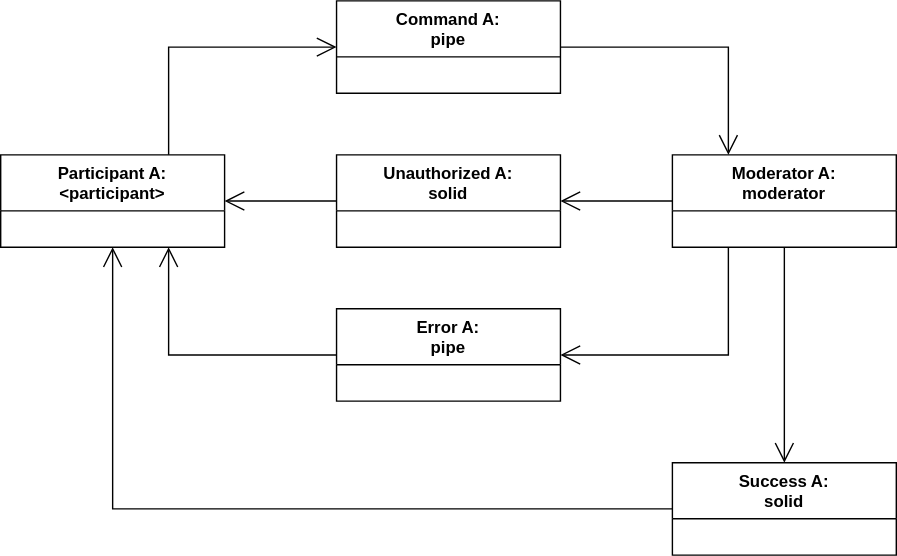
Before: doc/control_interface.svg, a diagram exported from draw.io (vitalii-samoilenko/ai-chat-bot). Source tidied: cells renumbered, new cells last; positions are measured from the earlier drawing's top-left corner, leaving out a move shared by most shapes.
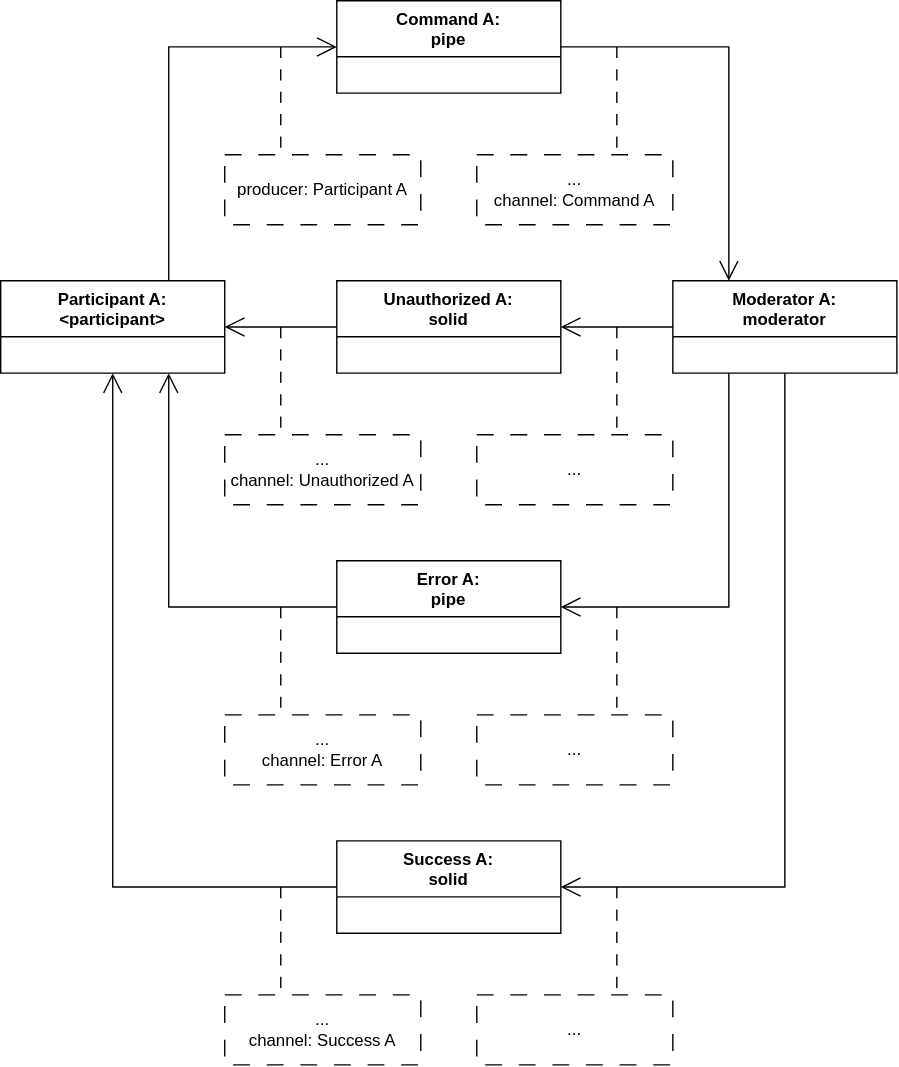
Later version of the same file.

The edit, as a diff of the source:
```diff
@@ -3,19 +3,19 @@
     <mxCell id="0" />
     <mxCell id="1" parent="0" />
     <mxCell id="2" value="Moderator A:&lt;div&gt;moderator&lt;/div&gt;" style="swimlane;fontStyle=1;align=center;verticalAlign=top;horizontal=1;startSize=40;whiteSpace=wrap;html=1;" parent="1" vertex="1">
-      <mxGeometry x="480" y="110" width="160" height="66" as="geometry" />
+      <mxGeometry x="480" y="200" width="160" height="66" as="geometry" />
     </mxCell>
     <mxCell id="3" value="Command A:&lt;div&gt;pipe&lt;/div&gt;" style="swimlane;fontStyle=1;align=center;verticalAlign=top;horizontal=1;startSize=40;whiteSpace=wrap;html=1;" parent="1" vertex="1">
       <mxGeometry x="240" width="160" height="66" as="geometry" />
     </mxCell>
     <mxCell id="4" value="Unauthorized A:&lt;div&gt;solid&lt;/div&gt;" style="swimlane;fontStyle=1;align=center;verticalAlign=top;horizontal=1;startSize=40;whiteSpace=wrap;html=1;" parent="1" vertex="1">
-      <mxGeometry x="240" y="110" width="160" height="66" as="geometry" />
+      <mxGeometry x="240" y="200" width="160" height="66" as="geometry" />
     </mxCell>
     <mxCell id="5" value="Success A:&lt;div&gt;solid&lt;/div&gt;" style="swimlane;fontStyle=1;align=center;verticalAlign=top;horizontal=1;startSize=40;whiteSpace=wrap;html=1;" parent="1" vertex="1">
-      <mxGeometry x="480" y="330" width="160" height="66" as="geometry" />
+      <mxGeometry x="240" y="600" width="160" height="66" as="geometry" />
     </mxCell>
     <mxCell id="6" value="Participant A:&lt;div&gt;&amp;lt;participant&amp;gt;&lt;/div&gt;" style="swimlane;fontStyle=1;align=center;verticalAlign=top;horizontal=1;startSize=40;whiteSpace=wrap;html=1;" parent="1" vertex="1">
-      <mxGeometry y="110" width="160" height="66" as="geometry" />
+      <mxGeometry y="200" width="160" height="66" as="geometry" />
     </mxCell>
     <mxCell id="7" style="endArrow=open;endFill=1;endSize=12;html=1;rounded=0;exitX=0.75;exitY=0;exitDx=0;exitDy=0;" parent="1" edge="1" source="6" target="3">
       <mxGeometry relative="1" as="geometry">
@@ -27,7 +27,7 @@
     <mxCell id="8" style="endArrow=open;endFill=1;endSize=12;html=1;rounded=0;entryX=0.5;entryY=1;entryDx=0;entryDy=0;" parent="1" edge="1" source="5" target="6">
       <mxGeometry relative="1" as="geometry">
         <Array as="points">
-          <mxPoint x="80" y="363" />
+          <mxPoint x="80" y="633" />
         </Array>
       </mxGeometry>
     </mxCell>
@@ -45,24 +45,100 @@
       <mxGeometry relative="1" as="geometry" />
     </mxCell>
     <mxCell id="12" style="endArrow=open;endFill=1;endSize=12;html=1;rounded=0;" parent="1" edge="1" source="2" target="5">
-      <mxGeometry relative="1" as="geometry" />
+      <mxGeometry relative="1" as="geometry">
+        <Array as="points">
+          <mxPoint x="560" y="633" />
+        </Array>
+      </mxGeometry>
     </mxCell>
     <mxCell id="13" value="Error A:&lt;div&gt;pipe&lt;/div&gt;" style="swimlane;fontStyle=1;align=center;verticalAlign=top;horizontal=1;startSize=40;whiteSpace=wrap;html=1;" parent="1" vertex="1">
-      <mxGeometry x="240" y="220" width="160" height="66" as="geometry" />
+      <mxGeometry x="240" y="400" width="160" height="66" as="geometry" />
     </mxCell>
     <mxCell id="14" style="endArrow=open;endFill=1;endSize=12;html=1;rounded=0;exitX=0.25;exitY=1;exitDx=0;exitDy=0;" parent="1" edge="1" source="2" target="13">
       <mxGeometry relative="1" as="geometry">
         <Array as="points">
-          <mxPoint x="520" y="253" />
+          <mxPoint x="520" y="433" />
         </Array>
       </mxGeometry>
     </mxCell>
     <mxCell id="15" style="endArrow=open;endFill=1;endSize=12;html=1;rounded=0;entryX=0.75;entryY=1;entryDx=0;entryDy=0;" parent="1" edge="1" source="13" target="6">
       <mxGeometry relative="1" as="geometry">
         <Array as="points">
-          <mxPoint x="120" y="253" />
+          <mxPoint x="120" y="433" />
         </Array>
       </mxGeometry>
     </mxCell>
+    <mxCell id="16" value="producer: Participant A" style="html=1;whiteSpace=wrap;dashed=1;dashPattern=12 12;fillColor=none;" parent="1" vertex="1">
+      <mxGeometry x="160" y="110" width="140" height="50" as="geometry" />
+    </mxCell>
+    <mxCell id="17" value="...&lt;br&gt;&lt;div&gt;channel: Command A&lt;/div&gt;" style="html=1;whiteSpace=wrap;dashed=1;dashPattern=12 12;fillColor=none;" parent="1" vertex="1">
+      <mxGeometry x="340" y="110" width="140" height="50" as="geometry" />
+    </mxCell>
+    <mxCell id="18" style="endArrow=none;dashed=1;endFill=0;endSize=12;html=1;rounded=0;startFill=0;dashPattern=8 8;entryX=0.75;entryY=0;entryDx=0;entryDy=0;" parent="1" edge="1">
+      <mxGeometry relative="1" as="geometry">
+        <mxPoint x="440" y="33" as="sourcePoint" />
+        <mxPoint x="440" y="110" as="targetPoint" />
+      </mxGeometry>
+    </mxCell>
+    <mxCell id="19" style="endArrow=none;dashed=1;endFill=0;endSize=12;html=1;rounded=0;startFill=0;dashPattern=8 8;entryX=0.75;entryY=0;entryDx=0;entryDy=0;" parent="1" edge="1">
+      <mxGeometry relative="1" as="geometry">
+        <mxPoint x="200" y="33" as="sourcePoint" />
+        <mxPoint x="200" y="110" as="targetPoint" />
+      </mxGeometry>
+    </mxCell>
+    <mxCell id="20" value="...&lt;div&gt;channel: Unauthorized A&lt;/div&gt;" style="html=1;whiteSpace=wrap;dashed=1;dashPattern=12 12;fillColor=none;" parent="1" vertex="1">
+      <mxGeometry x="160" y="310" width="140" height="50" as="geometry" />
+    </mxCell>
+    <mxCell id="21" value="..." style="html=1;whiteSpace=wrap;dashed=1;dashPattern=12 12;fillColor=none;" parent="1" vertex="1">
+      <mxGeometry x="340" y="310" width="140" height="50" as="geometry" />
+    </mxCell>
+    <mxCell id="22" style="endArrow=none;dashed=1;endFill=0;endSize=12;html=1;rounded=0;startFill=0;dashPattern=8 8;entryX=0.75;entryY=0;entryDx=0;entryDy=0;" parent="1" edge="1">
+      <mxGeometry relative="1" as="geometry">
+        <mxPoint x="440" y="233" as="sourcePoint" />
+        <mxPoint x="440" y="310" as="targetPoint" />
+      </mxGeometry>
+    </mxCell>
+    <mxCell id="23" style="endArrow=none;dashed=1;endFill=0;endSize=12;html=1;rounded=0;startFill=0;dashPattern=8 8;entryX=0.75;entryY=0;entryDx=0;entryDy=0;" parent="1" edge="1">
+      <mxGeometry relative="1" as="geometry">
+        <mxPoint x="200" y="233" as="sourcePoint" />
+        <mxPoint x="200" y="310" as="targetPoint" />
+      </mxGeometry>
+    </mxCell>
+    <mxCell id="24" value="...&lt;div&gt;channel: Error A&lt;/div&gt;" style="html=1;whiteSpace=wrap;dashed=1;dashPattern=12 12;fillColor=none;" parent="1" vertex="1">
+      <mxGeometry x="160" y="510" width="140" height="50" as="geometry" />
+    </mxCell>
+    <mxCell id="25" value="..." style="html=1;whiteSpace=wrap;dashed=1;dashPattern=12 12;fillColor=none;" parent="1" vertex="1">
+      <mxGeometry x="340" y="510" width="140" height="50" as="geometry" />
+    </mxCell>
+    <mxCell id="26" style="endArrow=none;dashed=1;endFill=0;endSize=12;html=1;rounded=0;startFill=0;dashPattern=8 8;entryX=0.75;entryY=0;entryDx=0;entryDy=0;" parent="1" edge="1">
+      <mxGeometry relative="1" as="geometry">
+        <mxPoint x="440" y="433" as="sourcePoint" />
+        <mxPoint x="440" y="510" as="targetPoint" />
+      </mxGeometry>
+    </mxCell>
+    <mxCell id="27" style="endArrow=none;dashed=1;endFill=0;endSize=12;html=1;rounded=0;startFill=0;dashPattern=8 8;entryX=0.75;entryY=0;entryDx=0;entryDy=0;" parent="1" edge="1">
+      <mxGeometry relative="1" as="geometry">
+        <mxPoint x="200" y="433" as="sourcePoint" />
+        <mxPoint x="200" y="510" as="targetPoint" />
+      </mxGeometry>
+    </mxCell>
+    <mxCell id="28" value="...&lt;div&gt;channel: Success A&lt;/div&gt;" style="html=1;whiteSpace=wrap;dashed=1;dashPattern=12 12;fillColor=none;" parent="1" vertex="1">
+      <mxGeometry x="160" y="710" width="140" height="50" as="geometry" />
+    </mxCell>
+    <mxCell id="29" value="..." style="html=1;whiteSpace=wrap;dashed=1;dashPattern=12 12;fillColor=none;" parent="1" vertex="1">
+      <mxGeometry x="340" y="710" width="140" height="50" as="geometry" />
+    </mxCell>
+    <mxCell id="30" style="endArrow=none;dashed=1;endFill=0;endSize=12;html=1;rounded=0;startFill=0;dashPattern=8 8;entryX=0.75;entryY=0;entryDx=0;entryDy=0;" parent="1" edge="1">
+      <mxGeometry relative="1" as="geometry">
+        <mxPoint x="440" y="633" as="sourcePoint" />
+        <mxPoint x="440" y="710" as="targetPoint" />
+      </mxGeometry>
+    </mxCell>
+    <mxCell id="31" style="endArrow=none;dashed=1;endFill=0;endSize=12;html=1;rounded=0;startFill=0;dashPattern=8 8;entryX=0.75;entryY=0;entryDx=0;entryDy=0;" parent="1" edge="1">
+      <mxGeometry relative="1" as="geometry">
+        <mxPoint x="200" y="633" as="sourcePoint" />
+        <mxPoint x="200" y="710" as="targetPoint" />
+      </mxGeometry>
+    </mxCell>
   </root>
 </mxGraphModel>
```
